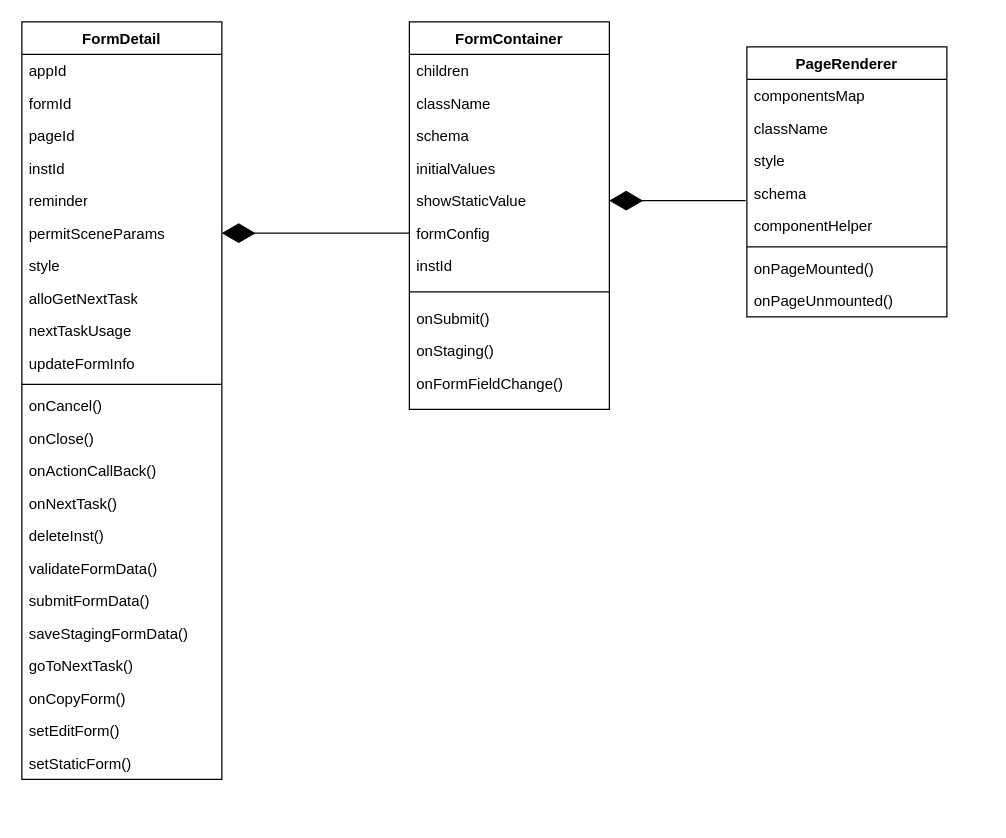
The draw.io diagram 类图梳理.drawio in FoxJokerEila/-, before the edit. Source tidied: cells renumbered, new cells numbered last; positions are measured from the earlier drawing's top-left corner, leaving out a move shared by most shapes. Both pictures are drawn from the tidied source at 125%, with x=0, y=0 at pixel (21, 21).
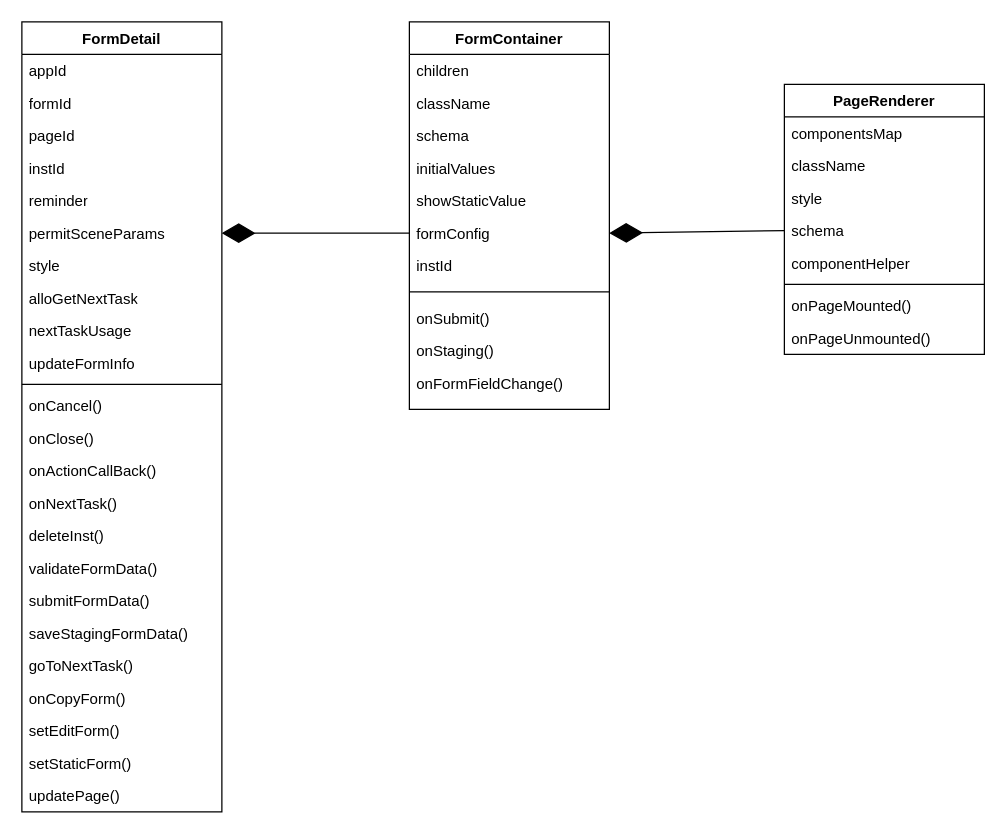
Above is the later version.

Commit message:
更新类图梳理.drawio

The change refers to these unchanged cells:
```xml
<mxCell id="7" value="showStaticValue" style="text;align=left;verticalAlign=top;spacingLeft=4;spacingRight=4;overflow=hidden;points=[[0,0.5],[1,0.5]];portConstraint=eastwest;rounded=0;shadow=0;html=0;" parent="2" vertex="1">
  <mxGeometry y="130" width="160" height="26" as="geometry" />
</mxCell>
<mxCell id="8" value="formConfig" style="text;align=left;verticalAlign=top;spacingLeft=4;spacingRight=4;overflow=hidden;points=[[0,0.5],[1,0.5]];portConstraint=eastwest;rounded=0;shadow=0;html=0;" parent="2" vertex="1">
  <mxGeometry y="156" width="160" height="26" as="geometry" />
</mxCell>
<mxCell id="18" value="schema" style="text;strokeColor=none;fillColor=none;align=left;verticalAlign=top;spacingLeft=4;spacingRight=4;overflow=hidden;points=[[0,0.5],[1,0.5]];portConstraint=eastwest;whiteSpace=wrap;html=1;" parent="14" vertex="1">
  <mxGeometry y="104" width="160" height="26" as="geometry" />
</mxCell>
```

Change to the diagram source:
```diff
@@
     <mxCell id="14" value="PageRenderer" style="swimlane;fontStyle=1;align=center;verticalAlign=top;horizontal=1;startSize=26;whiteSpace=wrap;html=1;" parent="1" vertex="1">
-      <mxGeometry x="580" y="20" width="160" height="216" as="geometry" />
+      <mxGeometry x="610" y="50" width="160" height="216" as="geometry" />
     </mxCell>
@@
-    <mxCell id="23" style="endArrow=diamondThin;endFill=1;endSize=24;html=1;rounded=0;entryX=1;entryY=0.5;entryDx=0;entryDy=0;" parent="1" edge="1" target="7">
-      <mxGeometry relative="1" as="geometry">
-        <mxPoint x="579" y="143" as="sourcePoint" />
-      </mxGeometry>
+    <mxCell id="23" style="endArrow=diamondThin;endFill=1;endSize=24;html=1;rounded=0;entryX=1;entryY=0.5;entryDx=0;entryDy=0;exitX=0;exitY=0.5;exitDx=0;exitDy=0;" parent="1" edge="1" source="18" target="8">
+      <mxGeometry relative="1" as="geometry" />
     </mxCell>
     <mxCell id="24" value="FormDetail" style="swimlane;fontStyle=1;align=center;verticalAlign=top;horizontal=1;startSize=26;whiteSpace=wrap;html=1;" parent="1" vertex="1">
-      <mxGeometry width="160" height="606" as="geometry" />
+      <mxGeometry width="160" height="632" as="geometry" />
     </mxCell>
@@
+    <mxCell id="49" value="updatePage()" style="text;strokeColor=none;fillColor=none;align=left;verticalAlign=top;spacingLeft=4;spacingRight=4;overflow=hidden;whiteSpace=wrap;html=1;" parent="24" vertex="1">
+      <mxGeometry y="606" width="160" height="26" as="geometry" />
+    </mxCell>
```
